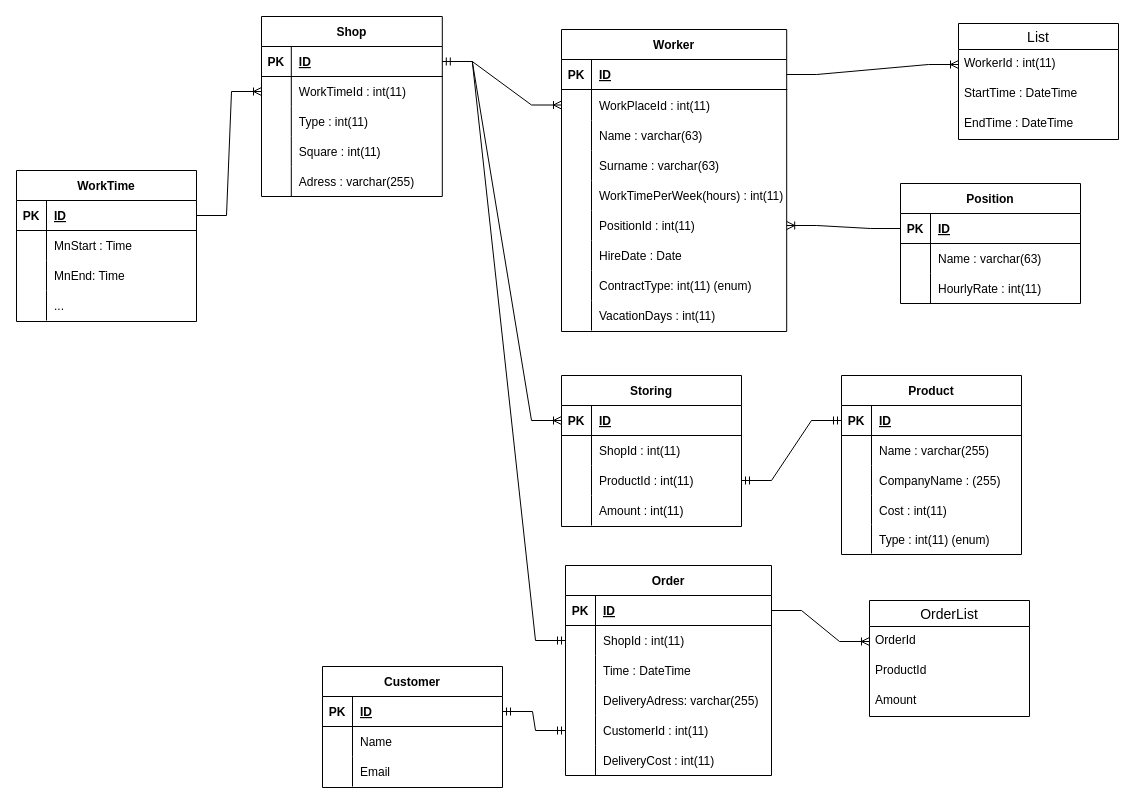
Earlier version of the draw.io diagram Data&Er Table.drawio (XYphrodite/RIO). Source tidied: cells renumbered, new cells numbered last; positions are measured from the earlier drawing's top-left corner, leaving out a move shared by most shapes. Both pictures are drawn from the tidied source at 100%, with x=0, y=0 at pixel (16, 16).
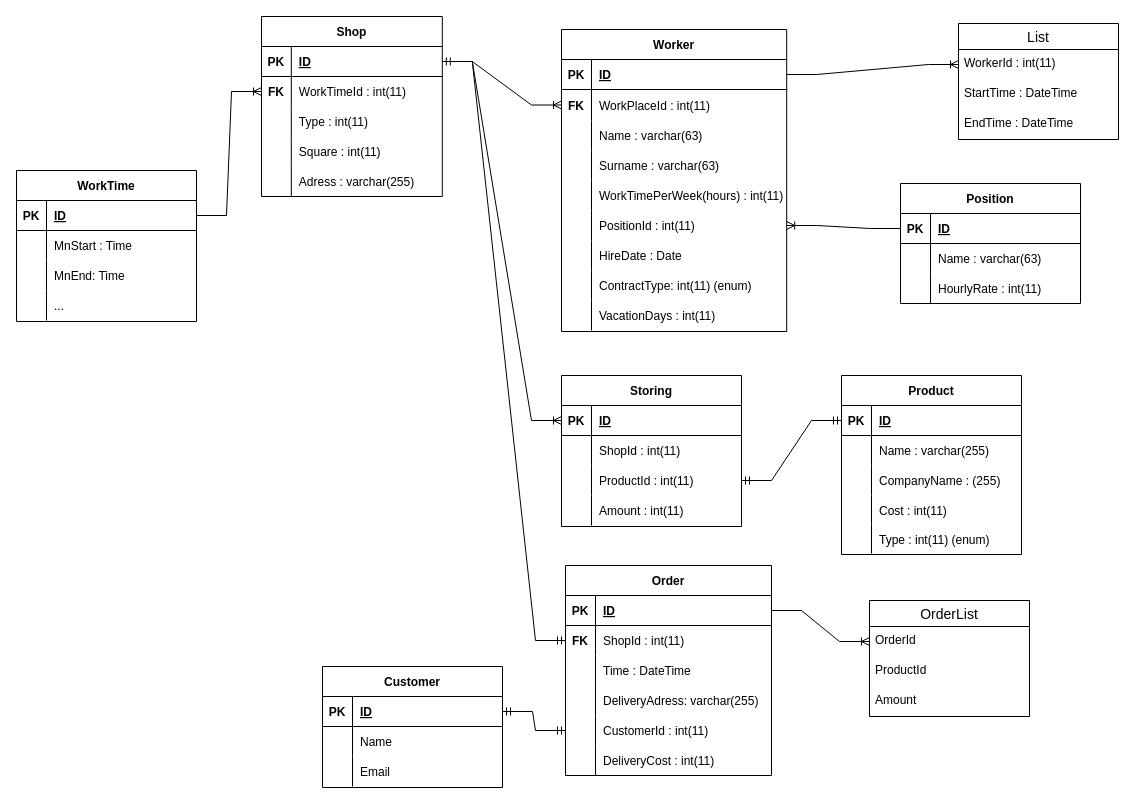
The same diagram, later.

Unchanged cells that the change refers to:
```xml
<mxCell id="6" style="shape=tableRow;horizontal=0;startSize=0;swimlaneHead=0;swimlaneBody=0;fillColor=none;points=[[0,0.5],[1,0.5]];portConstraint=eastwest;top=0;left=0;right=0;bottom=0;" parent="2" vertex="1">
  <mxGeometry y="60" width="180.8" height="30" as="geometry" />
</mxCell>
<mxCell id="22" style="shape=tableRow;horizontal=0;startSize=0;swimlaneHead=0;swimlaneBody=0;fillColor=none;points=[[0,0.5],[1,0.5]];portConstraint=eastwest;top=0;left=0;right=0;bottom=0;" parent="18" vertex="1">
  <mxGeometry y="60" width="225.2" height="31" as="geometry" />
</mxCell>
<mxCell id="96" style="shape=tableRow;horizontal=0;startSize=0;swimlaneHead=0;swimlaneBody=0;fillColor=none;points=[[0,0.5],[1,0.5]];portConstraint=eastwest;top=0;left=0;right=0;bottom=0;" parent="92" vertex="1">
  <mxGeometry y="60" width="206" height="30" as="geometry" />
</mxCell>
```

The edit, as a diff of the source:
```diff
@@
-    <mxCell id="7" style="shape=partialRectangle;fillColor=none;top=0;left=0;bottom=0;right=0;overflow=hidden;" parent="6" vertex="1">
+    <mxCell id="7" value="FK" style="shape=partialRectangle;fillColor=none;top=0;left=0;bottom=0;right=0;overflow=hidden;fontStyle=1;" parent="6" vertex="1">
       <mxGeometry width="29.8" height="30" as="geometry" />
     </mxCell>
@@
-    <mxCell id="23" style="shape=partialRectangle;fillColor=none;top=0;left=0;bottom=0;right=0;overflow=hidden;" parent="22" vertex="1">
+    <mxCell id="23" value="FK" style="shape=partialRectangle;fillColor=none;top=0;left=0;bottom=0;right=0;overflow=hidden;fontStyle=1;" parent="22" vertex="1">
       <mxGeometry width="30" height="31" as="geometry" />
     </mxCell>
@@
-    <mxCell id="97" style="shape=partialRectangle;fillColor=none;top=0;left=0;bottom=0;right=0;overflow=hidden;" parent="96" vertex="1">
+    <mxCell id="97" value="FK" style="shape=partialRectangle;fillColor=none;top=0;left=0;bottom=0;right=0;overflow=hidden;fontStyle=1;" parent="96" vertex="1">
       <mxGeometry width="30" height="30" as="geometry" />
     </mxCell>
```
